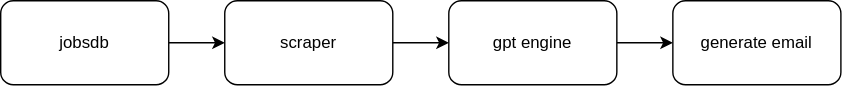
The draw.io diagram docs/block_diagram.svg in louiscklaw/find-job-public-archive, before a commit. Source tidied: cells renumbered, new cells last; positions are measured from the earlier drawing's top-left corner, leaving out a move shared by most shapes. Source of this version:
```xml
<mxGraphModel>
  <root>
    <mxCell id="0" />
    <mxCell id="1" parent="0" />
    <mxCell id="2" style="edgeStyle=none;html=1;" parent="1" edge="1" source="3" target="5">
      <mxGeometry relative="1" as="geometry" />
    </mxCell>
    <mxCell id="3" value="jobsdb" style="rounded=1;whiteSpace=wrap;html=1;" parent="1" vertex="1">
      <mxGeometry width="120" height="60" as="geometry" />
    </mxCell>
    <mxCell id="4" style="edgeStyle=none;html=1;" parent="1" edge="1" source="5" target="7">
      <mxGeometry relative="1" as="geometry" />
    </mxCell>
    <mxCell id="5" value="scraper" style="whiteSpace=wrap;html=1;rounded=1;" parent="1" vertex="1">
      <mxGeometry x="160" width="120" height="60" as="geometry" />
    </mxCell>
    <mxCell id="6" style="edgeStyle=none;html=1;" parent="1" edge="1" source="7" target="8">
      <mxGeometry relative="1" as="geometry" />
    </mxCell>
    <mxCell id="7" value="gpt engine" style="whiteSpace=wrap;html=1;rounded=1;" parent="1" vertex="1">
      <mxGeometry x="320" width="120" height="60" as="geometry" />
    </mxCell>
    <mxCell id="8" value="generate email" style="whiteSpace=wrap;html=1;rounded=1;" parent="1" vertex="1">
      <mxGeometry x="480" width="120" height="60" as="geometry" />
    </mxCell>
  </root>
</mxGraphModel>
```
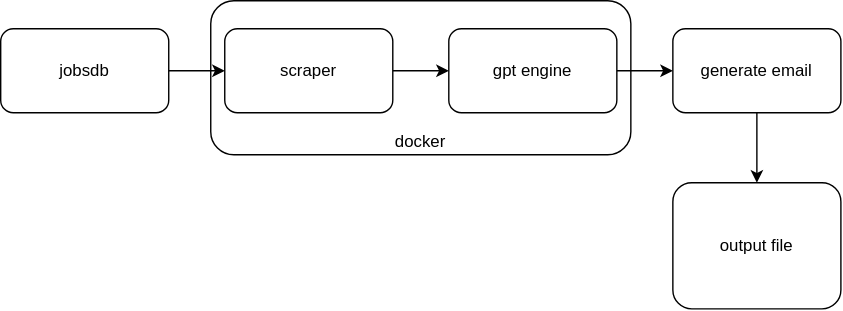
After the change.

Diff of the diagram source:
```diff
@@ -2,6 +2,12 @@
   <root>
     <mxCell id="0" />
     <mxCell id="1" parent="0" />
+    <mxCell id="9" value="output file" style="rounded=1;whiteSpace=wrap;html=1;verticalAlign=middle;" parent="1" vertex="1">
+      <mxGeometry x="480" y="110" width="120" height="90" as="geometry" />
+    </mxCell>
+    <mxCell id="10" value="docker" style="rounded=1;whiteSpace=wrap;html=1;verticalAlign=bottom;" parent="1" vertex="1">
+      <mxGeometry x="150" y="-20" width="300" height="110" as="geometry" />
+    </mxCell>
     <mxCell id="2" style="edgeStyle=none;html=1;" parent="1" edge="1" source="3" target="5">
       <mxGeometry relative="1" as="geometry" />
     </mxCell>
@@ -23,5 +29,8 @@
     <mxCell id="8" value="generate email" style="whiteSpace=wrap;html=1;rounded=1;" parent="1" vertex="1">
       <mxGeometry x="480" width="120" height="60" as="geometry" />
     </mxCell>
+    <mxCell id="11" style="endArrow=classic;html=1;" parent="1" edge="1" source="8" target="9">
+      <mxGeometry relative="1" as="geometry" />
+    </mxCell>
   </root>
 </mxGraphModel>
```
